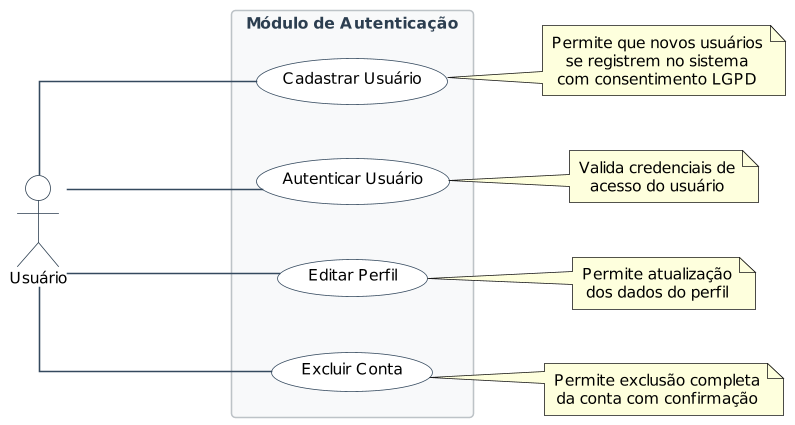
Earlier version of the PlantUML export docs/use_case_diagram/auth_module.png (Pellegr1n1/autologger-services).
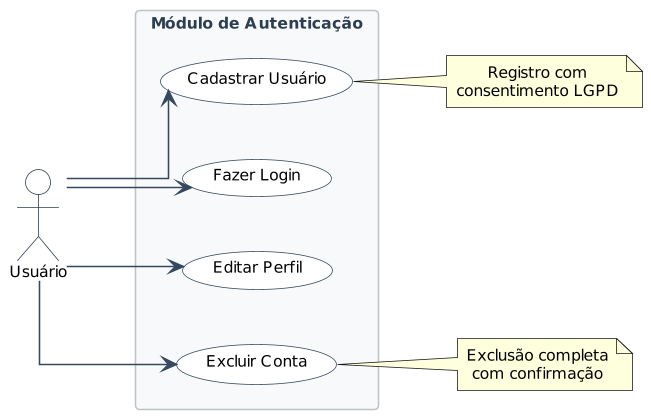
Above is the later version.

The edit, as a diff of the source:
```diff
@@ -28,19 +28,17 @@
 
 rectangle "Módulo de Autenticação" #F8F9FA {
     (Cadastrar Usuário) as UC01
-    (Autenticar Usuário) as UC02
+    (Fazer Login) as UC02
     (Editar Perfil) as UC16
     (Excluir Conta) as UC03
 }
 
-User --- UC01
-User --- UC02
-User --- UC16
-User --- UC03
+User --> UC01
+User --> UC02
+User --> UC16
+User --> UC03
 
-note right of UC01 : Permite que novos usuários\nse registrem no sistema\ncom consentimento LGPD
-note right of UC02 : Valida credenciais de\nacesso do usuário
-note right of UC16 : Permite atualização\ndos dados do perfil
-note right of UC03 : Permite exclusão completa\nda conta com confirmação
+note right of UC01 : Registro com\nconsentimento LGPD
+note right of UC03 : Exclusão completa\ncom confirmação
 
 @enduml
```
